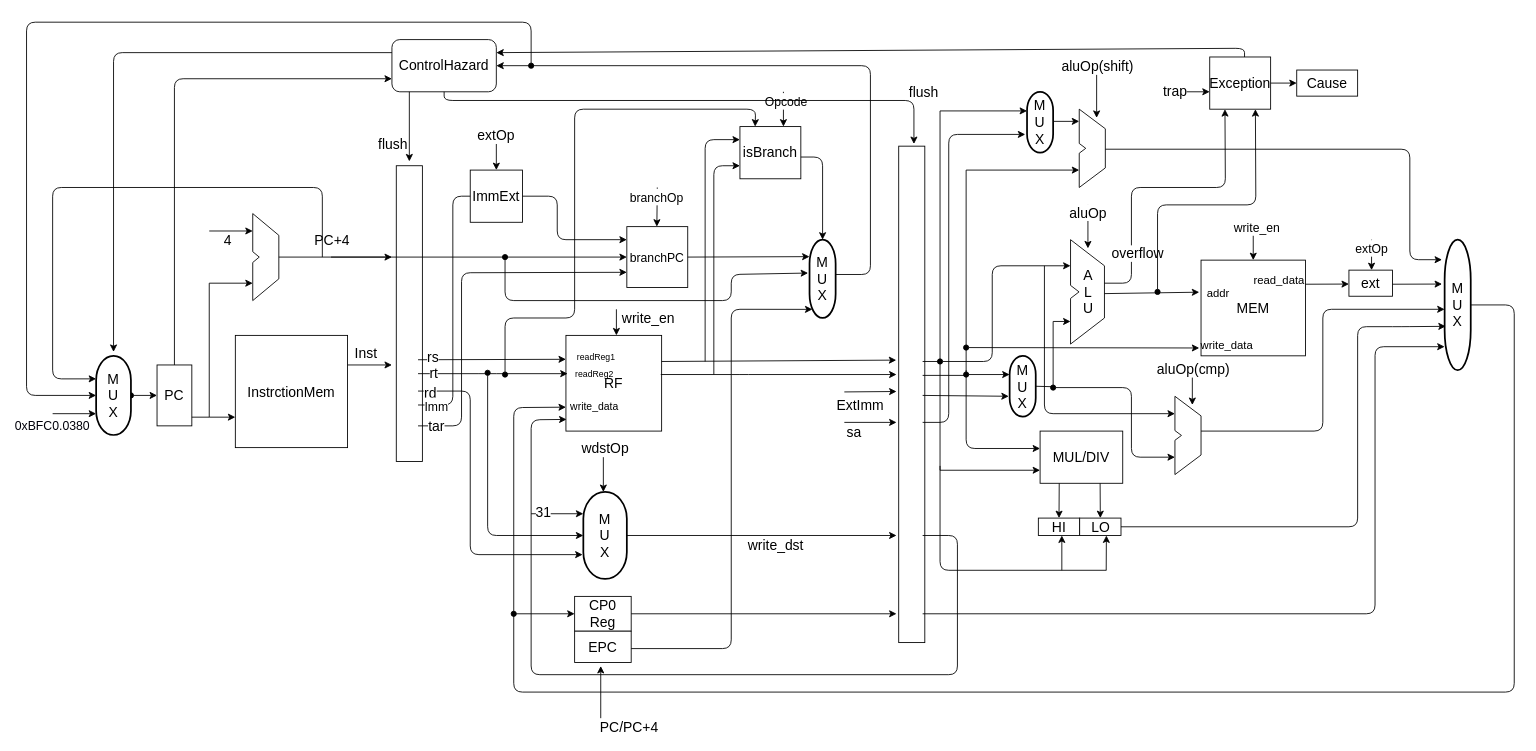
The draw.io diagram Phase2/3-stages-pipeline.drawio in Anlarry/coaa, before the edit. Source tidied: cells renumbered, new cells numbered last; positions are measured from the earlier drawing's top-left corner, leaving out a move shared by most shapes. Both pictures are drawn from the tidied source at 87%, with x=0, y=0 at pixel (17, 22).
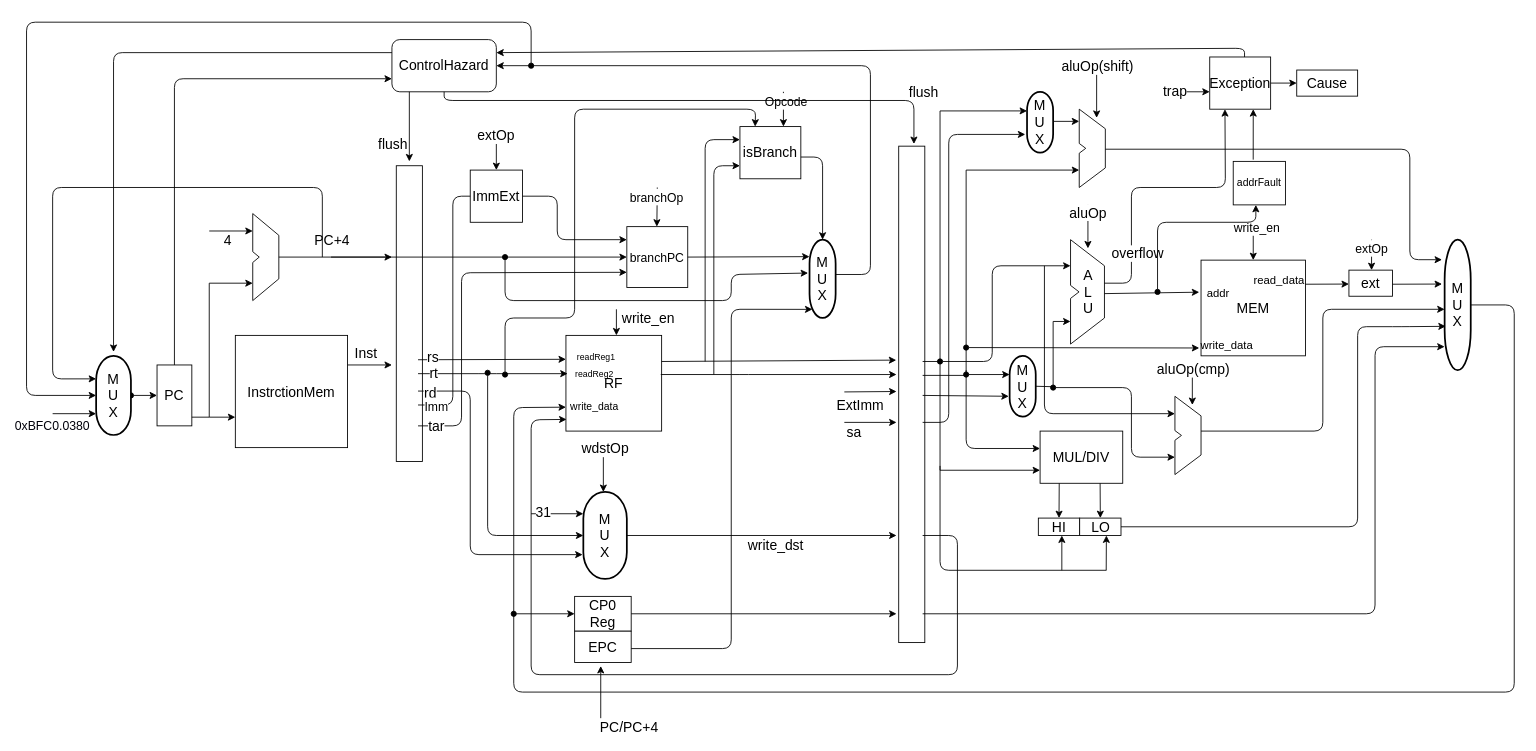
Above is the later version.

Unchanged cells that the change refers to:
```xml
<mxCell id="164" value="Exception" style="rounded=0;whiteSpace=wrap;html=1;fontSize=16;" parent="1" vertex="1">
  <mxGeometry x="1370" y="40" width="70" height="60" as="geometry" />
</mxCell>
```

The edit, as a diff of the source:
```diff
@@
-    <mxCell id="167" style="endArrow=classic;html=1;shadow=0;fontSize=16;entryX=0.75;entryY=1;entryDx=0;entryDy=0;startArrow=oval;startFill=1;" parent="1" edge="1" target="164">
+    <mxCell id="167" style="endArrow=classic;html=1;shadow=0;fontSize=16;startArrow=oval;startFill=1;" parent="1" edge="1">
       <mxGeometry relative="1" as="geometry">
         <mxPoint x="1310" y="310" as="sourcePoint" />
+        <mxPoint x="1423" y="210" as="targetPoint" />
         <Array as="points">
-          <mxPoint x="1310" y="210" />
-          <mxPoint x="1423" y="210" />
+          <mxPoint x="1310" y="230" />
+          <mxPoint x="1423" y="230" />
         </Array>
       </mxGeometry>
     </mxCell>
@@
+    <mxCell id="179" value="addrFault" style="rounded=0;whiteSpace=wrap;html=1;" parent="1" vertex="1">
+      <mxGeometry x="1397" y="160" width="60" height="50" as="geometry" />
+    </mxCell>
+    <mxCell id="180" style="endArrow=classic;html=1;exitX=0.383;exitY=-0.04;exitDx=0;exitDy=0;exitPerimeter=0;" parent="1" edge="1" source="179">
+      <mxGeometry relative="1" as="geometry">
+        <mxPoint x="1420" y="100" as="targetPoint" />
+      </mxGeometry>
+    </mxCell>
```
